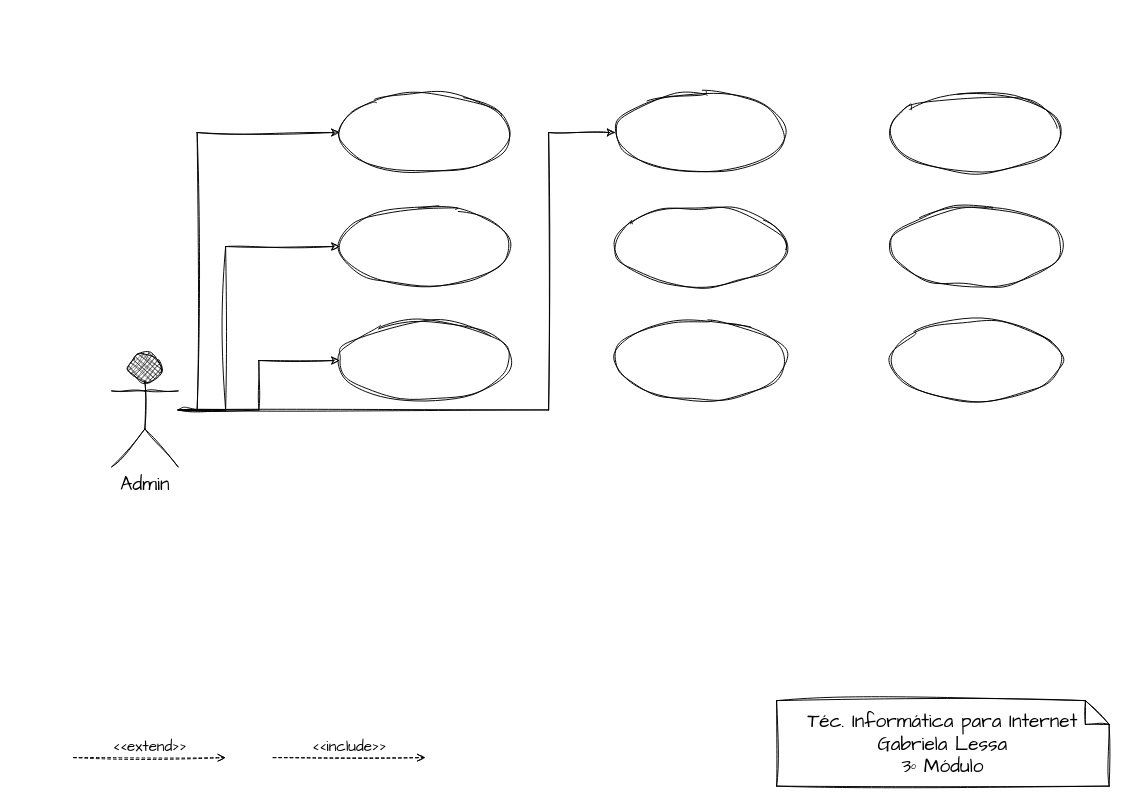
This is User - Caso de Uso.drawio from gabi-lessa/AnaliseProjetoSistemas, a draw.io file, before an edit. Source tidied: cells renumbered, new cells numbered last; positions are measured from the earlier drawing's top-left corner, leaving out a move shared by most shapes. Both pictures are drawn from the tidied source at 95%, with x=0, y=0 at pixel (73, 92).
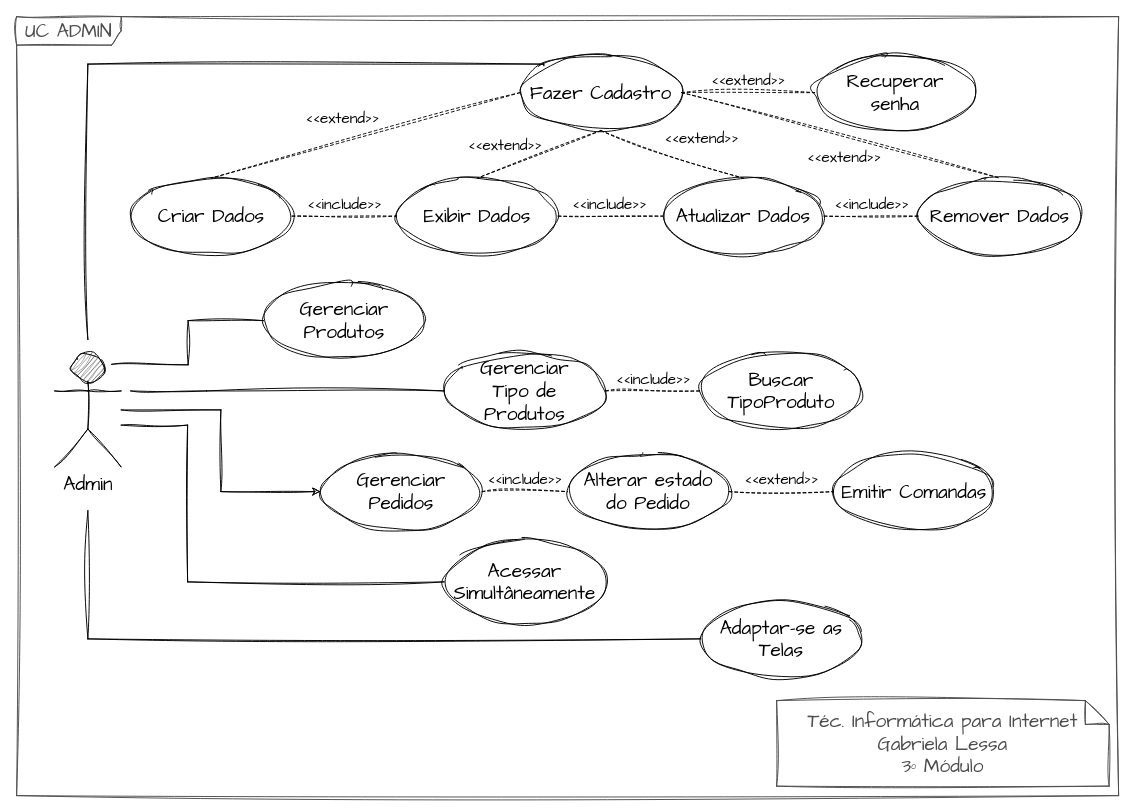
After the change.

Commit message:
Add Admin - Caso de Uso.drawio

What changed in the source:
```diff
@@
-    <mxCell id="2" style="edgeStyle=orthogonalEdgeStyle;rounded=0;sketch=1;hachureGap=4;jiggle=2;curveFitting=1;jettySize=auto;html=1;entryX=0;entryY=0.5;entryDx=0;entryDy=0;fontFamily=Architects Daughter;fontSize=16;" parent="1" edge="1" source="6" target="7">
-      <mxGeometry relative="1" as="geometry">
-        <Array as="points">
-          <mxPoint x="130" y="334" />
-          <mxPoint x="130" y="42" />
-        </Array>
-      </mxGeometry>
-    </mxCell>
-    <mxCell id="3" style="edgeStyle=orthogonalEdgeStyle;rounded=0;sketch=1;hachureGap=4;jiggle=2;curveFitting=1;jettySize=auto;html=1;entryX=0;entryY=0.5;entryDx=0;entryDy=0;fontFamily=Architects Daughter;fontSize=16;" parent="1" edge="1" source="6" target="8">
-      <mxGeometry relative="1" as="geometry">
-        <Array as="points">
-          <mxPoint x="160" y="334" />
-          <mxPoint x="160" y="162" />
-        </Array>
-      </mxGeometry>
-    </mxCell>
-    <mxCell id="4" style="edgeStyle=orthogonalEdgeStyle;rounded=0;sketch=1;hachureGap=4;jiggle=2;curveFitting=1;jettySize=auto;html=1;entryX=0;entryY=0.5;entryDx=0;entryDy=0;fontFamily=Architects Daughter;fontSize=16;" parent="1" edge="1" source="6" target="9">
-      <mxGeometry relative="1" as="geometry" />
-    </mxCell>
-    <mxCell id="5" style="edgeStyle=orthogonalEdgeStyle;sketch=1;hachureGap=4;jiggle=2;curveFitting=1;jettySize=auto;html=1;entryX=0;entryY=0.5;entryDx=0;entryDy=0;fontFamily=Architects Daughter;fontSize=16;rounded=0;" parent="1" edge="1" source="6" target="10">
-      <mxGeometry relative="1" as="geometry">
-        <Array as="points">
-          <mxPoint x="500" y="334" />
-          <mxPoint x="500" y="42" />
-        </Array>
-      </mxGeometry>
-    </mxCell>
+    <mxCell id="19" value="UC ADMIN" style="shape=umlFrame;whiteSpace=wrap;html=1;hachureGap=4;fontFamily=Architects Daughter;fontSize=20;width=110;height=30;strokeColor=#4D4D4D;fontColor=#4D4D4D;rounded=0;sketch=1;curveFitting=1;jiggle=2;" parent="1" vertex="1">
+      <mxGeometry x="-60" y="-80" width="1160" height="820" as="geometry" />
+    </mxCell>
+    <mxCell id="20" style="edgeStyle=orthogonalEdgeStyle;hachureGap=4;jettySize=auto;html=1;entryX=0;entryY=0.5;entryDx=0;entryDy=0;fontFamily=Architects Daughter;fontSize=16;rounded=0;endArrow=none;endFill=0;sketch=1;curveFitting=1;jiggle=2;" parent="1" edge="1" target="26">
+      <mxGeometry relative="1" as="geometry">
+        <mxPoint x="40" y="286" as="sourcePoint" />
+      </mxGeometry>
+    </mxCell>
+    <mxCell id="21" style="edgeStyle=orthogonalEdgeStyle;hachureGap=4;jettySize=auto;html=1;entryX=0;entryY=0.5;entryDx=0;entryDy=0;fontFamily=Architects Daughter;fontSize=16;endArrow=none;endFill=0;rounded=0;sketch=1;curveFitting=1;jiggle=2;" parent="1" edge="1" target="27">
+      <mxGeometry relative="1" as="geometry">
+        <mxPoint x="60" y="314" as="sourcePoint" />
+        <Array as="points">
+          <mxPoint x="140" y="314" />
+          <mxPoint x="140" y="314" />
+        </Array>
+      </mxGeometry>
+    </mxCell>
+    <mxCell id="22" style="edgeStyle=orthogonalEdgeStyle;hachureGap=4;jettySize=auto;html=1;entryX=0;entryY=0.5;entryDx=0;entryDy=0;fontFamily=Architects Daughter;fontSize=16;rounded=0;sketch=1;curveFitting=1;jiggle=2;" parent="1" edge="1" source="6" target="33">
+      <mxGeometry relative="1" as="geometry" />
+    </mxCell>
+    <mxCell id="23" style="edgeStyle=orthogonalEdgeStyle;hachureGap=4;jettySize=auto;html=1;entryX=0;entryY=0;entryDx=0;entryDy=0;fontFamily=Architects Daughter;fontSize=16;endArrow=none;endFill=0;rounded=0;sketch=1;curveFitting=1;jiggle=2;" parent="1" edge="1" target="28">
+      <mxGeometry relative="1" as="geometry">
+        <mxPoint x="15" y="260" as="sourcePoint" />
+        <Array as="points">
+          <mxPoint x="15" y="-30" />
+          <mxPoint x="495" y="-30" />
+        </Array>
+      </mxGeometry>
+    </mxCell>
+    <mxCell id="24" style="edgeStyle=orthogonalEdgeStyle;hachureGap=4;jettySize=auto;html=1;entryX=0;entryY=0.5;entryDx=0;entryDy=0;fontFamily=Architects Daughter;fontSize=16;endArrow=none;endFill=0;rounded=0;sketch=1;curveFitting=1;jiggle=2;" parent="1" edge="1" source="6" target="38">
+      <mxGeometry relative="1" as="geometry">
+        <Array as="points">
+          <mxPoint x="120" y="350" />
+          <mxPoint x="120" y="515" />
+        </Array>
+      </mxGeometry>
+    </mxCell>
+    <mxCell id="25" style="edgeStyle=orthogonalEdgeStyle;hachureGap=4;jettySize=auto;html=1;entryX=0;entryY=0.5;entryDx=0;entryDy=0;fontFamily=Architects Daughter;fontSize=16;endArrow=none;endFill=0;rounded=0;sketch=1;curveFitting=1;jiggle=2;" parent="1" edge="1" target="39">
+      <mxGeometry relative="1" as="geometry">
+        <mxPoint x="15" y="440" as="sourcePoint" />
+        <Array as="points">
+          <mxPoint x="15" y="575" />
+        </Array>
+      </mxGeometry>
+    </mxCell>
-    <mxCell id="6" value="Admin" style="shape=umlActor;verticalLabelPosition=bottom;verticalAlign=top;html=1;sketch=1;hachureGap=4;jiggle=2;curveFitting=1;fontFamily=Architects Daughter;fontSize=20;rounded=0;fillStyle=cross-hatch;fillColor=#000000;" parent="1" vertex="1">
-      <mxGeometry x="40" y="274" width="70" height="120" as="geometry" />
+    <mxCell id="6" value="Admin" style="shape=umlActor;verticalLabelPosition=bottom;verticalAlign=top;html=1;hachureGap=4;fontFamily=Architects Daughter;fontSize=20;rounded=0;fillStyle=hatch;fillColor=#4D4D4D;sketch=1;curveFitting=1;jiggle=2;" parent="1" vertex="1">
+      <mxGeometry x="-20" y="274" width="70" height="120" as="geometry" />
     </mxCell>
-    <mxCell id="7" style="shape=ellipse;horizontal=1;html=1;dashed=0;sketch=1;hachureGap=4;jiggle=2;curveFitting=1;fontFamily=Architects Daughter;fontSize=20;fillStyle=zigzag-line;fillColor=none;rounded=0;" parent="1" vertex="1">
-      <mxGeometry x="280" width="180" height="84" as="geometry" />
-    </mxCell>
-    <mxCell id="8" style="shape=ellipse;horizontal=1;html=1;dashed=0;sketch=1;hachureGap=4;jiggle=2;curveFitting=1;fontFamily=Architects Daughter;fontSize=20;fillStyle=zigzag-line;fillColor=none;rounded=0;" parent="1" vertex="1">
-      <mxGeometry x="280" y="120" width="180" height="84" as="geometry" />
-    </mxCell>
-    <mxCell id="9" style="shape=ellipse;horizontal=1;html=1;dashed=0;sketch=1;hachureGap=4;jiggle=2;curveFitting=1;fontFamily=Architects Daughter;fontSize=20;fillStyle=zigzag-line;fillColor=none;rounded=0;" parent="1" vertex="1">
-      <mxGeometry x="280" y="240" width="180" height="84" as="geometry" />
-    </mxCell>
-    <mxCell id="10" style="shape=ellipse;horizontal=1;html=1;dashed=0;sketch=1;hachureGap=4;jiggle=2;curveFitting=1;fontFamily=Architects Daughter;fontSize=20;fillStyle=zigzag-line;fillColor=none;rounded=0;" parent="1" vertex="1">
-      <mxGeometry x="570" width="180" height="84" as="geometry" />
-    </mxCell>
-    <mxCell id="11" style="shape=ellipse;horizontal=1;html=1;dashed=0;sketch=1;hachureGap=4;jiggle=2;curveFitting=1;fontFamily=Architects Daughter;fontSize=20;fillStyle=zigzag-line;fillColor=none;rounded=0;" parent="1" vertex="1">
-      <mxGeometry x="570" y="120" width="180" height="84" as="geometry" />
-    </mxCell>
-    <mxCell id="12" style="shape=ellipse;horizontal=1;html=1;dashed=0;sketch=1;hachureGap=4;jiggle=2;curveFitting=1;fontFamily=Architects Daughter;fontSize=20;fillStyle=zigzag-line;fillColor=none;rounded=0;" parent="1" vertex="1">
-      <mxGeometry x="570" y="240" width="180" height="84" as="geometry" />
-    </mxCell>
-    <mxCell id="13" style="shape=ellipse;horizontal=1;html=1;dashed=0;sketch=1;hachureGap=4;jiggle=2;curveFitting=1;fontFamily=Architects Daughter;fontSize=20;fillStyle=zigzag-line;fillColor=none;rounded=0;" parent="1" vertex="1">
-      <mxGeometry x="860" width="180" height="84" as="geometry" />
-    </mxCell>
-    <mxCell id="14" style="shape=ellipse;horizontal=1;html=1;dashed=0;sketch=1;hachureGap=4;jiggle=2;curveFitting=1;fontFamily=Architects Daughter;fontSize=20;fillStyle=zigzag-line;fillColor=none;rounded=0;" parent="1" vertex="1">
-      <mxGeometry x="860" y="120" width="180" height="84" as="geometry" />
-    </mxCell>
-    <mxCell id="15" style="shape=ellipse;horizontal=1;html=1;dashed=0;sketch=1;hachureGap=4;jiggle=2;curveFitting=1;fontFamily=Architects Daughter;fontSize=20;fillStyle=zigzag-line;fillColor=none;rounded=0;" parent="1" vertex="1">
-      <mxGeometry x="860" y="240" width="180" height="84" as="geometry" />
-    </mxCell>
-    <mxCell id="16" value="&amp;lt;&amp;lt;extend&amp;gt;&amp;gt;" style="html=1;verticalAlign=bottom;labelBackgroundColor=none;endArrow=open;endFill=0;dashed=1;sketch=1;hachureGap=4;jiggle=2;curveFitting=1;fontFamily=Architects Daughter;fontSize=16;rounded=0;" parent="1" edge="1">
-      <mxGeometry relative="1" as="geometry">
-        <mxPoint y="700" as="sourcePoint" />
-        <mxPoint x="160" y="700" as="targetPoint" />
-      </mxGeometry>
-    </mxCell>
-    <mxCell id="17" value="&amp;lt;&amp;lt;include&amp;gt;&amp;gt;" style="html=1;verticalAlign=bottom;labelBackgroundColor=none;endArrow=open;endFill=0;dashed=1;sketch=1;hachureGap=4;jiggle=2;curveFitting=1;fontFamily=Architects Daughter;fontSize=16;rounded=0;" parent="1" edge="1">
-      <mxGeometry relative="1" as="geometry">
-        <mxPoint x="210" y="700" as="sourcePoint" />
-        <mxPoint x="370" y="700" as="targetPoint" />
-      </mxGeometry>
-    </mxCell>
-    <mxCell id="18" value="&lt;div style=&quot;border-color: var(--border-color);&quot;&gt;Téc. Informática para Internet&lt;/div&gt;&lt;div style=&quot;border-color: var(--border-color);&quot;&gt;&lt;span style=&quot;border-color: var(--border-color); background-color: initial;&quot;&gt;Gabriela Lessa&lt;/span&gt;&lt;/div&gt;&lt;div style=&quot;border-color: var(--border-color);&quot;&gt;&lt;span style=&quot;border-color: var(--border-color); background-color: initial;&quot;&gt;3º Módulo&lt;/span&gt;&lt;/div&gt;" style="shape=note2;boundedLbl=1;whiteSpace=wrap;html=1;size=25;verticalAlign=middle;align=center;sketch=1;hachureGap=4;jiggle=2;curveFitting=1;fontFamily=Architects Daughter;fontSize=20;fillColor=none;rounded=0;" parent="1" vertex="1">
+    <mxCell id="18" value="&lt;div style=&quot;border-color: var(--border-color);&quot;&gt;Téc. Informática para Internet&lt;/div&gt;&lt;div style=&quot;border-color: var(--border-color);&quot;&gt;&lt;span style=&quot;border-color: var(--border-color); background-color: initial;&quot;&gt;Gabriela Lessa&lt;/span&gt;&lt;/div&gt;&lt;div style=&quot;border-color: var(--border-color);&quot;&gt;&lt;span style=&quot;border-color: var(--border-color); background-color: initial;&quot;&gt;3º Módulo&lt;/span&gt;&lt;/div&gt;" style="shape=note2;boundedLbl=1;whiteSpace=wrap;html=1;size=25;verticalAlign=middle;align=center;hachureGap=4;fontFamily=Architects Daughter;fontSize=20;fillColor=none;rounded=0;fontColor=#4D4D4D;strokeColor=#4D4D4D;sketch=1;curveFitting=1;jiggle=2;" parent="1" vertex="1">
       <mxGeometry x="740" y="640" width="350" height="90" as="geometry" />
     </mxCell>
+    <mxCell id="26" value="Gerenciar&lt;br&gt;Produtos" style="ellipse;whiteSpace=wrap;html=1;hachureGap=4;fontFamily=Architects Daughter;fontSize=20;fillColor=none;rounded=0;sketch=1;curveFitting=1;jiggle=2;" parent="1" vertex="1">
+      <mxGeometry x="200" y="200" width="170" height="80" as="geometry" />
+    </mxCell>
+    <mxCell id="27" value="Gerenciar&lt;br&gt;Tipo de&lt;br&gt;Produtos" style="ellipse;whiteSpace=wrap;html=1;hachureGap=4;fontFamily=Architects Daughter;fontSize=20;fillColor=none;rounded=0;sketch=1;curveFitting=1;jiggle=2;" parent="1" vertex="1">
+      <mxGeometry x="390" y="274" width="170" height="80" as="geometry" />
+    </mxCell>
+    <mxCell id="28" value="Fazer Cadastro" style="ellipse;whiteSpace=wrap;html=1;hachureGap=4;fontFamily=Architects Daughter;fontSize=20;fillColor=none;rounded=0;sketch=1;curveFitting=1;jiggle=2;" parent="1" vertex="1">
+      <mxGeometry x="470" y="-40" width="170" height="80" as="geometry" />
+    </mxCell>
+    <mxCell id="29" value="Criar Dados" style="ellipse;whiteSpace=wrap;html=1;hachureGap=4;fontFamily=Architects Daughter;fontSize=20;fillColor=none;rounded=0;sketch=1;curveFitting=1;jiggle=2;" parent="1" vertex="1">
+      <mxGeometry x="60" y="90" width="170" height="80" as="geometry" />
+    </mxCell>
+    <mxCell id="30" value="Exibir Dados" style="ellipse;whiteSpace=wrap;html=1;hachureGap=4;fontFamily=Architects Daughter;fontSize=20;fillColor=none;rounded=0;sketch=1;curveFitting=1;jiggle=2;" parent="1" vertex="1">
+      <mxGeometry x="340" y="90" width="170" height="80" as="geometry" />
+    </mxCell>
+    <mxCell id="31" value="Atualizar Dados" style="ellipse;whiteSpace=wrap;html=1;hachureGap=4;fontFamily=Architects Daughter;fontSize=20;fillColor=none;rounded=0;sketch=1;curveFitting=1;jiggle=2;" parent="1" vertex="1">
+      <mxGeometry x="620" y="90" width="170" height="80" as="geometry" />
+    </mxCell>
+    <mxCell id="32" value="Remover Dados" style="ellipse;whiteSpace=wrap;html=1;hachureGap=4;fontFamily=Architects Daughter;fontSize=20;fillColor=none;rounded=0;sketch=1;curveFitting=1;jiggle=2;" parent="1" vertex="1">
+      <mxGeometry x="890" y="90" width="170" height="80" as="geometry" />
+    </mxCell>
+    <mxCell id="33" value="Gerenciar&lt;br&gt;Pedidos" style="ellipse;whiteSpace=wrap;html=1;hachureGap=4;fontFamily=Architects Daughter;fontSize=20;fillColor=none;rounded=0;sketch=1;curveFitting=1;jiggle=2;" parent="1" vertex="1">
+      <mxGeometry x="260" y="380" width="170" height="80" as="geometry" />
+    </mxCell>
+    <mxCell id="34" value="Recuperar &lt;br&gt;senha" style="ellipse;whiteSpace=wrap;html=1;hachureGap=4;fontFamily=Architects Daughter;fontSize=20;fillColor=none;rounded=0;sketch=1;curveFitting=1;jiggle=2;" parent="1" vertex="1">
+      <mxGeometry x="780" y="-40" width="170" height="80" as="geometry" />
+    </mxCell>
+    <mxCell id="35" value="Emitir Comandas" style="ellipse;whiteSpace=wrap;html=1;hachureGap=4;fontFamily=Architects Daughter;fontSize=20;fillColor=none;rounded=0;sketch=1;curveFitting=1;jiggle=2;" parent="1" vertex="1">
+      <mxGeometry x="800" y="380" width="170" height="80" as="geometry" />
+    </mxCell>
+    <mxCell id="36" value="Alterar estado&lt;br&gt;do Pedido" style="ellipse;whiteSpace=wrap;html=1;hachureGap=4;fontFamily=Architects Daughter;fontSize=20;fillColor=none;rounded=0;sketch=1;curveFitting=1;jiggle=2;" parent="1" vertex="1">
+      <mxGeometry x="520" y="380" width="170" height="80" as="geometry" />
+    </mxCell>
+    <mxCell id="37" value="Buscar TipoProduto" style="ellipse;whiteSpace=wrap;html=1;hachureGap=4;fontFamily=Architects Daughter;fontSize=20;fillColor=none;rounded=0;sketch=1;curveFitting=1;jiggle=2;" parent="1" vertex="1">
+      <mxGeometry x="660" y="274" width="170" height="80" as="geometry" />
+    </mxCell>
+    <mxCell id="38" value="Acessar Simultâneamente" style="ellipse;whiteSpace=wrap;html=1;hachureGap=4;fontFamily=Architects Daughter;fontSize=20;fillColor=none;rounded=0;sketch=1;curveFitting=1;jiggle=2;" parent="1" vertex="1">
+      <mxGeometry x="390" y="470" width="170" height="90" as="geometry" />
+    </mxCell>
+    <mxCell id="39" value="Adaptar-se as Telas" style="ellipse;whiteSpace=wrap;html=1;hachureGap=4;fontFamily=Architects Daughter;fontSize=20;fillColor=none;rounded=0;sketch=1;curveFitting=1;jiggle=2;" parent="1" vertex="1">
+      <mxGeometry x="660" y="535" width="170" height="80" as="geometry" />
+    </mxCell>
+    <mxCell id="40" value="&amp;lt;&amp;lt;include&amp;gt;&amp;gt;" style="html=1;verticalAlign=bottom;labelBackgroundColor=none;endArrow=none;endFill=0;dashed=1;hachureGap=4;fontFamily=Architects Daughter;fontSize=16;rounded=0;exitX=1;exitY=0.5;exitDx=0;exitDy=0;entryX=0;entryY=0.5;entryDx=0;entryDy=0;sketch=1;curveFitting=1;jiggle=2;" parent="1" edge="1" source="29" target="30">
+      <mxGeometry relative="1" as="geometry" />
+    </mxCell>
+    <mxCell id="41" value="&amp;lt;&amp;lt;include&amp;gt;&amp;gt;" style="html=1;verticalAlign=bottom;labelBackgroundColor=none;endArrow=none;endFill=0;dashed=1;hachureGap=4;fontFamily=Architects Daughter;fontSize=16;rounded=0;exitX=1;exitY=0.5;exitDx=0;exitDy=0;entryX=0;entryY=0.5;entryDx=0;entryDy=0;sketch=1;curveFitting=1;jiggle=2;" parent="1" edge="1" source="30" target="31">
+      <mxGeometry x="-0.01" relative="1" as="geometry" />
+    </mxCell>
+    <mxCell id="42" value="&amp;lt;&amp;lt;include&amp;gt;&amp;gt;" style="html=1;verticalAlign=bottom;labelBackgroundColor=none;endArrow=none;endFill=0;dashed=1;hachureGap=4;fontFamily=Architects Daughter;fontSize=16;rounded=0;exitX=1;exitY=0.5;exitDx=0;exitDy=0;entryX=0;entryY=0.5;entryDx=0;entryDy=0;sketch=1;curveFitting=1;jiggle=2;" parent="1" edge="1" source="31" target="32">
+      <mxGeometry relative="1" as="geometry" />
+    </mxCell>
+    <mxCell id="43" value="&amp;lt;&amp;lt;extend&amp;gt;&amp;gt;" style="html=1;verticalAlign=bottom;labelBackgroundColor=none;endArrow=none;endFill=0;dashed=1;hachureGap=4;fontFamily=Architects Daughter;fontSize=16;rounded=0;exitX=1;exitY=0.5;exitDx=0;exitDy=0;entryX=0;entryY=0.5;entryDx=0;entryDy=0;sketch=1;curveFitting=1;jiggle=2;" parent="1" edge="1" source="28" target="34">
+      <mxGeometry relative="1" as="geometry" />
+    </mxCell>
+    <mxCell id="44" value="&amp;lt;&amp;lt;extend&amp;gt;&amp;gt;" style="html=1;verticalAlign=bottom;labelBackgroundColor=none;endArrow=none;endFill=0;dashed=1;hachureGap=4;fontFamily=Architects Daughter;fontSize=16;rounded=0;exitX=1;exitY=0.5;exitDx=0;exitDy=0;entryX=0.5;entryY=0;entryDx=0;entryDy=0;sketch=1;curveFitting=1;jiggle=2;" parent="1" edge="1" source="28" target="32">
+      <mxGeometry x="0.07" y="-33" relative="1" as="geometry" />
+    </mxCell>
+    <mxCell id="45" value="&amp;lt;&amp;lt;extend&amp;gt;&amp;gt;" style="html=1;verticalAlign=bottom;labelBackgroundColor=none;endArrow=none;endFill=0;dashed=1;hachureGap=4;fontFamily=Architects Daughter;fontSize=16;rounded=0;entryX=0.5;entryY=0;entryDx=0;entryDy=0;exitX=0.5;exitY=1;exitDx=0;exitDy=0;sketch=1;curveFitting=1;jiggle=2;" parent="1" edge="1" source="28" target="31">
+      <mxGeometry x="0.34" y="14" relative="1" as="geometry">
+        <mxPoint x="1" as="offset" />
+      </mxGeometry>
+    </mxCell>
+    <mxCell id="46" value="&amp;lt;&amp;lt;extend&amp;gt;&amp;gt;" style="html=1;verticalAlign=bottom;labelBackgroundColor=none;endArrow=none;endFill=0;dashed=1;hachureGap=4;fontFamily=Architects Daughter;fontSize=16;rounded=0;entryX=0.5;entryY=0;entryDx=0;entryDy=0;exitX=0.5;exitY=1;exitDx=0;exitDy=0;sketch=1;curveFitting=1;jiggle=2;" parent="1" edge="1" source="28" target="30">
+      <mxGeometry x="0.5" y="-10" relative="1" as="geometry" />
+    </mxCell>
+    <mxCell id="47" value="&amp;lt;&amp;lt;extend&amp;gt;&amp;gt;" style="html=1;verticalAlign=bottom;labelBackgroundColor=none;endArrow=none;endFill=0;dashed=1;hachureGap=4;fontFamily=Architects Daughter;fontSize=16;rounded=0;exitX=0;exitY=0.5;exitDx=0;exitDy=0;entryX=0.5;entryY=0;entryDx=0;entryDy=0;sketch=1;curveFitting=1;jiggle=2;" parent="1" edge="1" source="28" target="29">
+      <mxGeometry x="0.13" y="-11" relative="1" as="geometry" />
+    </mxCell>
+    <mxCell id="48" value="&amp;lt;&amp;lt;include&amp;gt;&amp;gt;" style="html=1;verticalAlign=bottom;labelBackgroundColor=none;endArrow=none;endFill=0;dashed=1;hachureGap=4;fontFamily=Architects Daughter;fontSize=16;rounded=0;exitX=1;exitY=0.5;exitDx=0;exitDy=0;entryX=0;entryY=0.5;entryDx=0;entryDy=0;sketch=1;curveFitting=1;jiggle=2;" parent="1" edge="1" source="27" target="37">
+      <mxGeometry relative="1" as="geometry" />
+    </mxCell>
+    <mxCell id="49" value="&amp;lt;&amp;lt;extend&amp;gt;&amp;gt;" style="html=1;verticalAlign=bottom;labelBackgroundColor=none;endArrow=none;endFill=0;dashed=1;hachureGap=4;fontFamily=Architects Daughter;fontSize=16;rounded=0;exitX=1;exitY=0.5;exitDx=0;exitDy=0;entryX=0;entryY=0.5;entryDx=0;entryDy=0;sketch=1;curveFitting=1;jiggle=2;" parent="1" edge="1" source="36" target="35">
+      <mxGeometry relative="1" as="geometry" />
+    </mxCell>
+    <mxCell id="50" value="&amp;lt;&amp;lt;include&amp;gt;&amp;gt;" style="html=1;verticalAlign=bottom;labelBackgroundColor=none;endArrow=none;endFill=0;dashed=1;hachureGap=4;fontFamily=Architects Daughter;fontSize=16;rounded=0;exitX=1;exitY=0.5;exitDx=0;exitDy=0;entryX=0;entryY=0.5;entryDx=0;entryDy=0;sketch=1;curveFitting=1;jiggle=2;" parent="1" edge="1" source="33" target="36">
+      <mxGeometry relative="1" as="geometry" />
+    </mxCell>
```
